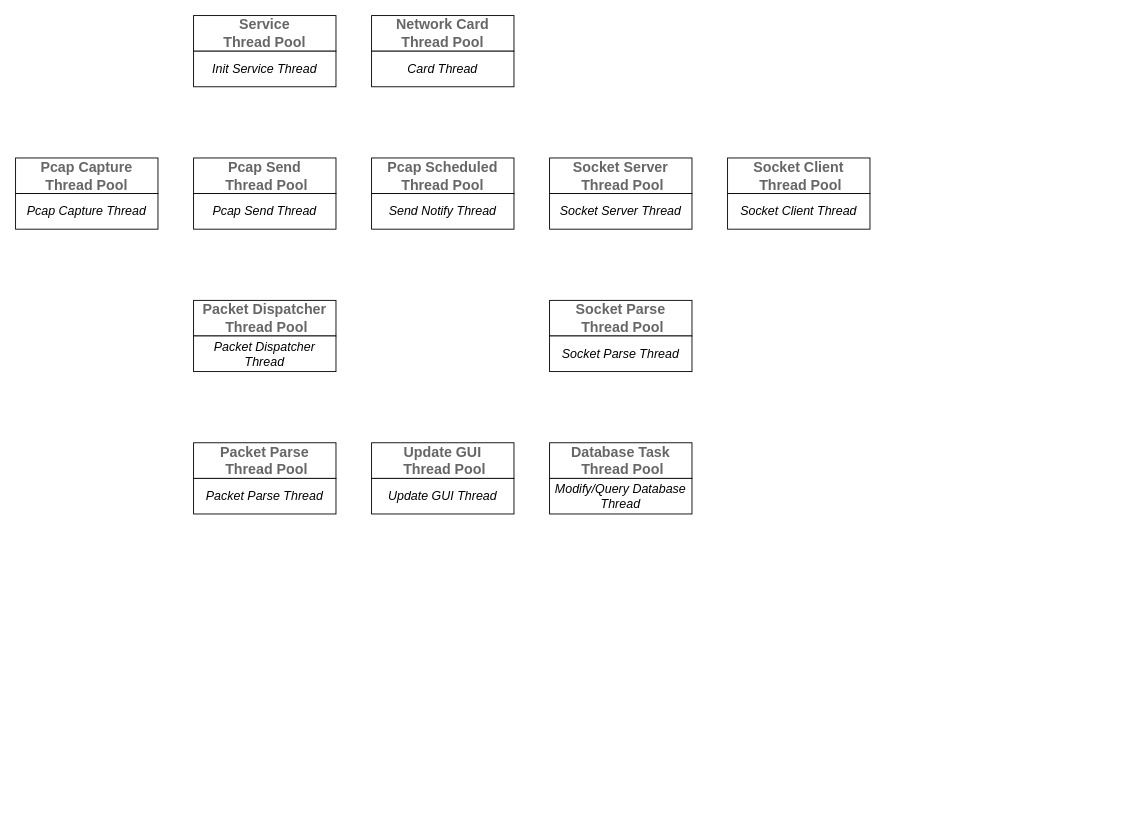
umiskky/Diagrams keeps this draw.io diagram as CS/ComputerNetwork/LanChatThreadPool.drawio. Above is the earlier version. Source tidied: cells renumbered, new cells numbered last; positions are measured from the earlier drawing's top-left corner, leaving out a move shared by most shapes. Both pictures are drawn from the tidied source at 89%, with x=0, y=0 at pixel (15, 15).
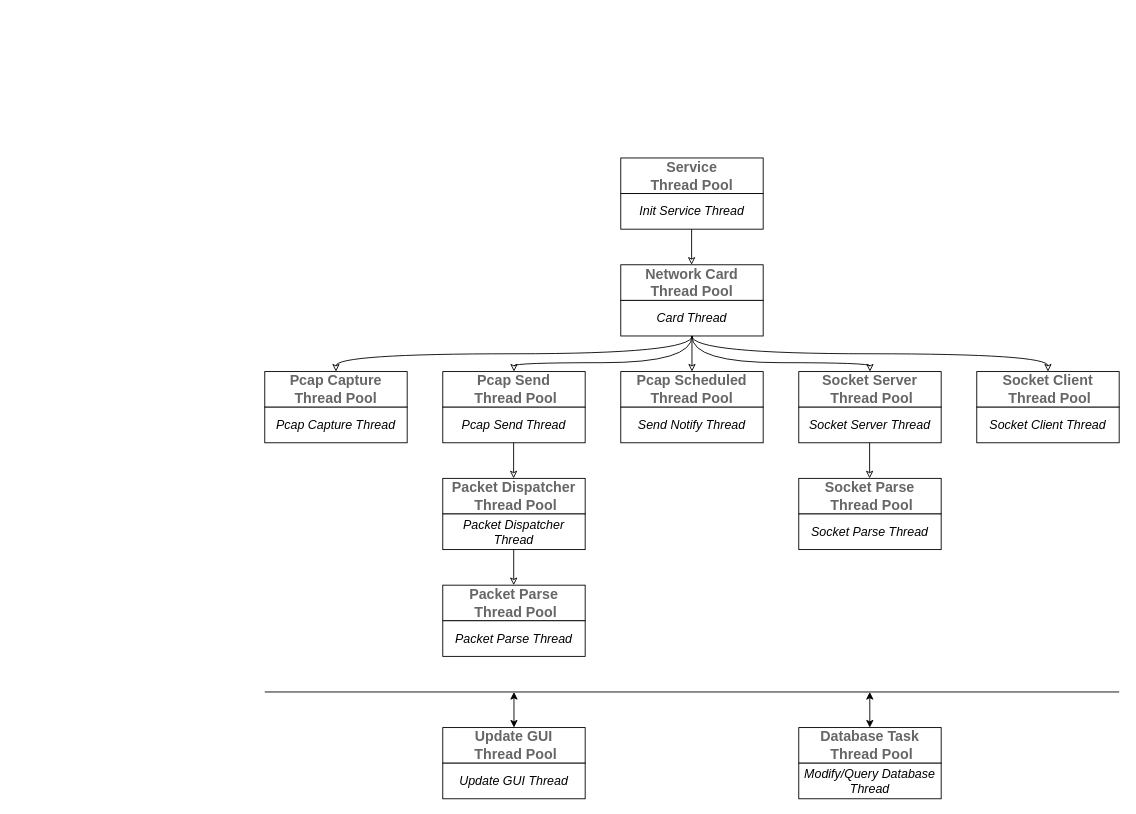
Above is the later version.

Unchanged cells that the change refers to:
```xml
<mxCell id="7" value="&lt;font style=&quot;font-size: 14px&quot;&gt;&lt;i&gt;Card Thread&lt;/i&gt;&lt;/font&gt;" style="rounded=0;whiteSpace=wrap;html=1;" parent="5" vertex="1">
  <mxGeometry y="40" width="160" height="40" as="geometry" />
</mxCell>
<mxCell id="9" value="&lt;font style=&quot;font-size: 16px&quot; color=&quot;#666666&quot;&gt;&lt;b&gt;Pcap Capture Thread Pool&lt;/b&gt;&lt;/font&gt;" style="rounded=0;whiteSpace=wrap;html=1;" parent="8" vertex="1">
  <mxGeometry width="160" height="40" as="geometry" />
</mxCell>
<mxCell id="12" value="&lt;font style=&quot;font-size: 16px&quot; color=&quot;#666666&quot;&gt;&lt;b&gt;Pcap Send&lt;br&gt;&amp;nbsp;Thread Pool&lt;/b&gt;&lt;/font&gt;" style="rounded=0;whiteSpace=wrap;html=1;" parent="11" vertex="1">
  <mxGeometry width="160" height="40" as="geometry" />
</mxCell>
<mxCell id="15" value="&lt;font style=&quot;font-size: 16px&quot; color=&quot;#666666&quot;&gt;&lt;b&gt;Pcap Scheduled&lt;br&gt;Thread Pool&lt;/b&gt;&lt;/font&gt;" style="rounded=0;whiteSpace=wrap;html=1;" parent="14" vertex="1">
  <mxGeometry width="160" height="40" as="geometry" />
</mxCell>
<mxCell id="24" value="&lt;font style=&quot;font-size: 16px&quot; color=&quot;#666666&quot;&gt;&lt;b&gt;Socket Server&lt;br&gt;&amp;nbsp;Thread Pool&lt;/b&gt;&lt;/font&gt;" style="rounded=0;whiteSpace=wrap;html=1;" parent="23" vertex="1">
  <mxGeometry width="160" height="40" as="geometry" />
</mxCell>
<mxCell id="27" value="&lt;font style=&quot;font-size: 16px&quot; color=&quot;#666666&quot;&gt;&lt;b&gt;Socket Client&lt;br&gt;&amp;nbsp;Thread Pool&lt;/b&gt;&lt;/font&gt;" style="rounded=0;whiteSpace=wrap;html=1;" parent="26" vertex="1">
  <mxGeometry width="160" height="40" as="geometry" />
</mxCell>
<mxCell id="33" value="&lt;font style=&quot;font-size: 16px&quot; color=&quot;#666666&quot;&gt;&lt;b&gt;Update GUI&lt;br&gt;&amp;nbsp;Thread Pool&lt;/b&gt;&lt;/font&gt;" style="rounded=0;whiteSpace=wrap;html=1;" parent="32" vertex="1">
  <mxGeometry width="160" height="40" as="geometry" />
</mxCell>
```

The edit, as a diff of the source:
```diff
@@
     <mxCell id="2" style="group;" parent="1" vertex="1">
-      <mxGeometry x="200" width="160" height="80" as="geometry" />
+      <mxGeometry x="680" y="160" width="160" height="80" as="geometry" />
     </mxCell>
@@
     <mxCell id="5" style="group;" parent="1" vertex="1">
-      <mxGeometry x="400" width="160" height="80" as="geometry" />
+      <mxGeometry x="680" y="280" width="160" height="80" as="geometry" />
     </mxCell>
@@
     <mxCell id="8" style="group;" parent="1" vertex="1">
-      <mxGeometry y="160" width="160" height="80" as="geometry" />
+      <mxGeometry x="280" y="400" width="160" height="80" as="geometry" />
     </mxCell>
@@
     <mxCell id="11" style="group;" parent="1" vertex="1">
-      <mxGeometry x="200" y="160" width="160" height="80" as="geometry" />
+      <mxGeometry x="480" y="400" width="160" height="80" as="geometry" />
     </mxCell>
@@
     <mxCell id="14" style="group;" parent="1" vertex="1">
-      <mxGeometry x="400" y="160" width="160" height="80" as="geometry" />
+      <mxGeometry x="680" y="400" width="160" height="80" as="geometry" />
     </mxCell>
@@
     <mxCell id="17" style="group;" parent="1" vertex="1">
-      <mxGeometry x="200" y="480" width="160" height="80" as="geometry" />
+      <mxGeometry x="480" y="640" width="160" height="80" as="geometry" />
     </mxCell>
@@
     <mxCell id="20" style="group;" parent="1" vertex="1">
-      <mxGeometry x="200" y="320" width="160" height="80" as="geometry" />
+      <mxGeometry x="480" y="520" width="160" height="80" as="geometry" />
     </mxCell>
@@
     <mxCell id="23" style="group;" parent="1" vertex="1">
-      <mxGeometry x="600" y="160" width="160" height="80" as="geometry" />
+      <mxGeometry x="880" y="400" width="160" height="80" as="geometry" />
     </mxCell>
@@
     <mxCell id="26" style="group;" parent="1" vertex="1">
-      <mxGeometry x="800" y="160" width="160" height="80" as="geometry" />
+      <mxGeometry x="1080" y="400" width="160" height="80" as="geometry" />
     </mxCell>
@@
     <mxCell id="29" style="group;" parent="1" vertex="1">
-      <mxGeometry x="600" y="320" width="160" height="80" as="geometry" />
+      <mxGeometry x="880" y="520" width="160" height="80" as="geometry" />
     </mxCell>
@@
     <mxCell id="32" style="group;" parent="1" vertex="1">
-      <mxGeometry x="400" y="480" width="160" height="80" as="geometry" />
+      <mxGeometry x="480" y="800" width="160" height="80" as="geometry" />
     </mxCell>
@@
     <mxCell id="35" style="group;" parent="1" vertex="1">
-      <mxGeometry x="600" y="480" width="160" height="80" as="geometry" />
+      <mxGeometry x="880" y="800" width="160" height="80" as="geometry" />
     </mxCell>
@@
+    <mxCell id="38" style="endArrow=classic;html=1;exitX=0.5;exitY=1;exitDx=0;exitDy=0;endFill=0;" parent="1" edge="1" source="7" target="15">
+      <mxGeometry relative="1" as="geometry" />
+    </mxCell>
+    <mxCell id="39" style="endArrow=classic;html=1;exitX=0.5;exitY=1;exitDx=0;exitDy=0;endFill=0;" parent="1" edge="1">
+      <mxGeometry relative="1" as="geometry">
+        <mxPoint x="759.6" y="240" as="sourcePoint" />
+        <mxPoint x="759.6" y="280" as="targetPoint" />
+      </mxGeometry>
+    </mxCell>
+    <mxCell id="40" style="endArrow=classic;html=1;exitX=0.5;exitY=1;exitDx=0;exitDy=0;endFill=0;" parent="1" edge="1">
+      <mxGeometry relative="1" as="geometry">
+        <mxPoint x="959.6" y="480" as="sourcePoint" />
+        <mxPoint x="959.6" y="520" as="targetPoint" />
+      </mxGeometry>
+    </mxCell>
+    <mxCell id="41" style="endArrow=classic;html=1;exitX=0.5;exitY=1;exitDx=0;exitDy=0;endFill=0;" parent="1" edge="1">
+      <mxGeometry relative="1" as="geometry">
+        <mxPoint x="559.6" y="480" as="sourcePoint" />
+        <mxPoint x="559.6" y="520" as="targetPoint" />
+      </mxGeometry>
+    </mxCell>
+    <mxCell id="42" style="endArrow=classic;html=1;exitX=0.5;exitY=1;exitDx=0;exitDy=0;endFill=0;" parent="1" edge="1">
+      <mxGeometry relative="1" as="geometry">
+        <mxPoint x="559.7" y="600" as="sourcePoint" />
+        <mxPoint x="559.7" y="640" as="targetPoint" />
+      </mxGeometry>
+    </mxCell>
+    <mxCell id="43" style="endArrow=classic;html=1;endFill=0;entryX=0.5;entryY=0;entryDx=0;entryDy=0;curved=1;" parent="1" edge="1" target="27">
+      <mxGeometry relative="1" as="geometry">
+        <mxPoint x="760" y="360" as="sourcePoint" />
+        <Array as="points">
+          <mxPoint x="760" y="380" />
+          <mxPoint x="1160" y="380" />
+        </Array>
+      </mxGeometry>
+    </mxCell>
+    <mxCell id="44" style="endArrow=classic;html=1;entryX=0.5;entryY=0;entryDx=0;entryDy=0;curved=1;endFill=0;" parent="1" edge="1" target="9">
+      <mxGeometry relative="1" as="geometry">
+        <mxPoint x="760" y="360" as="sourcePoint" />
+        <Array as="points">
+          <mxPoint x="760" y="380" />
+          <mxPoint x="360" y="380" />
+        </Array>
+      </mxGeometry>
+    </mxCell>
+    <mxCell id="45" style="endArrow=classic;html=1;exitX=0.5;exitY=1;exitDx=0;exitDy=0;entryX=0.5;entryY=0;entryDx=0;entryDy=0;endFill=0;curved=1;" parent="1" edge="1" source="7" target="12">
+      <mxGeometry relative="1" as="geometry">
+        <Array as="points">
+          <mxPoint x="760" y="390" />
+          <mxPoint x="560" y="390" />
+        </Array>
+      </mxGeometry>
+    </mxCell>
+    <mxCell id="46" style="endArrow=classic;html=1;exitX=0.5;exitY=1;exitDx=0;exitDy=0;entryX=0.5;entryY=0;entryDx=0;entryDy=0;curved=1;endFill=0;" parent="1" edge="1" source="7" target="24">
+      <mxGeometry relative="1" as="geometry">
+        <Array as="points">
+          <mxPoint x="760" y="390" />
+          <mxPoint x="960" y="390" />
+        </Array>
+      </mxGeometry>
+    </mxCell>
+    <mxCell id="47" style="endArrow=none;html=1;" parent="1" edge="1">
+      <mxGeometry relative="1" as="geometry">
+        <mxPoint x="280" y="760" as="sourcePoint" />
+        <mxPoint x="1240" y="760" as="targetPoint" />
+      </mxGeometry>
+    </mxCell>
+    <mxCell id="48" style="endArrow=classic;startArrow=classic;html=1;exitX=0.5;exitY=0;exitDx=0;exitDy=0;" parent="1" edge="1" source="33">
+      <mxGeometry relative="1" as="geometry">
+        <mxPoint x="560" y="760" as="targetPoint" />
+      </mxGeometry>
+    </mxCell>
+    <mxCell id="49" style="endArrow=classic;startArrow=classic;html=1;exitX=0.5;exitY=0;exitDx=0;exitDy=0;" parent="1" edge="1">
+      <mxGeometry relative="1" as="geometry">
+        <mxPoint x="959.8" y="800" as="sourcePoint" />
+        <mxPoint x="959.8" y="760" as="targetPoint" />
+      </mxGeometry>
+    </mxCell>
```
